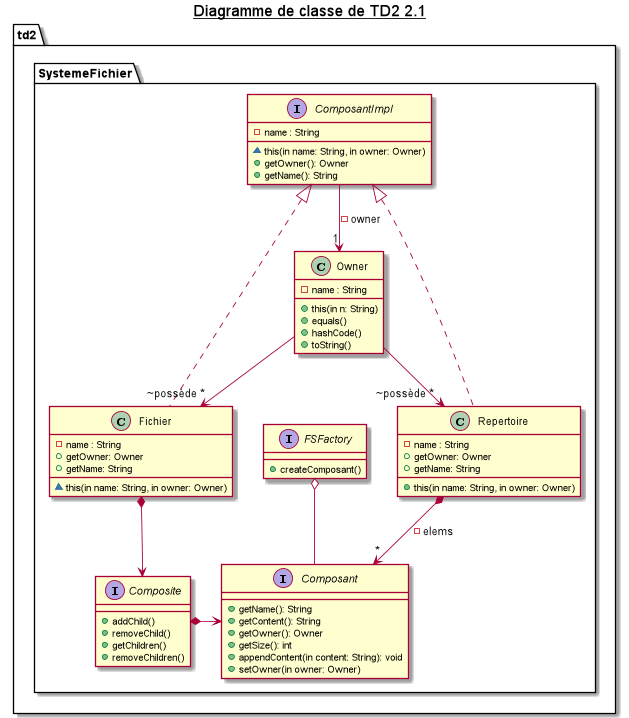
This is ScreenShotTD/TD2/TD2SystemeFichier.png from KrishnarashTHEVAKUMARAN/mapc, a PlantUML export, as it was before one commit. Its diagram source:
```plantuml
@startuml TD2_SystemeFichier

title __Diagramme de classe de TD2 2.1__
package td2 {
    package SystemeFichier{
            interface Composant {
                + getName(): String
                + getContent(): String
                + getOwner(): Owner
                + getSize(): int
                + appendContent(in content: String): void
                + setOwner(in owner: Owner)
            }

            interface Composite {
                + addChild()
                + removeChild()
                + getChildren()
                + removeChildren()
            }

            interface FSFactory {
                + createComposant()
            }

            interface ComposantImpl{
                - name : String

                ~ this(in name: String, in owner: Owner)
                + getOwner(): Owner
                + getName(): String
            }

            class Fichier implements ComposantImpl{
                - name : String
                ~ this(in name: String, in owner: Owner)
                + getOwner: Owner
                + getName: String
            }

            class Repertoire implements ComposantImpl{
                - name : String
                 + this(in name: String, in owner: Owner)
                + getOwner: Owner
                + getName: String
            }

            class Owner {
                - name : String

                + this(in n: String)
                + equals()
                + hashCode()
                + toString()
            }

    }
}

   Composite *-> Composant
   ComposantImpl --> "1" Owner  : -owner
   Repertoire *--> "*" Composant : - elems
   FSFactory o-- Composant
   Fichier *-->  Composite
   Owner  --> "~possède *" Fichier
   Owner  --> "~possède *" Repertoire

@enduml
```
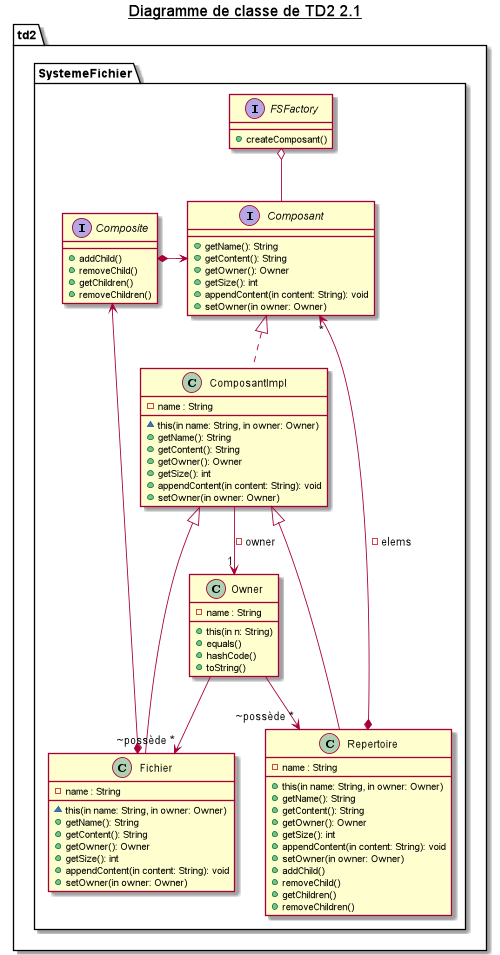
Above is the later version.

The edit, as a diff of the source:
```diff
@@ -23,26 +23,42 @@
                 + createComposant()
             }
 
-            interface ComposantImpl{
+            class ComposantImpl implements Composant{
                 - name : String
 
                 ~ this(in name: String, in owner: Owner)
+                + getName(): String
+                + getContent(): String
                 + getOwner(): Owner
-                + getName(): String
+                + getSize(): int
+                + appendContent(in content: String): void
+                + setOwner(in owner: Owner)
             }
 
-            class Fichier implements ComposantImpl{
+            class Fichier extends ComposantImpl{
                 - name : String
                 ~ this(in name: String, in owner: Owner)
-                + getOwner: Owner
-                + getName: String
+                + getName(): String
+                + getContent(): String
+                + getOwner(): Owner
+                + getSize(): int
+                + appendContent(in content: String): void
+                + setOwner(in owner: Owner)
             }
 
-            class Repertoire implements ComposantImpl{
+            class Repertoire extends ComposantImpl{
                 - name : String
-                 + this(in name: String, in owner: Owner)
-                + getOwner: Owner
-                + getName: String
+                + this(in name: String, in owner: Owner)
+                + getName(): String
+                + getContent(): String
+                + getOwner(): Owner
+                + getSize(): int
+                + appendContent(in content: String): void
+                + setOwner(in owner: Owner)
+                + addChild()
+                + removeChild()
+                + getChildren()
+                + removeChildren()
             }
 
             class Owner {
```
